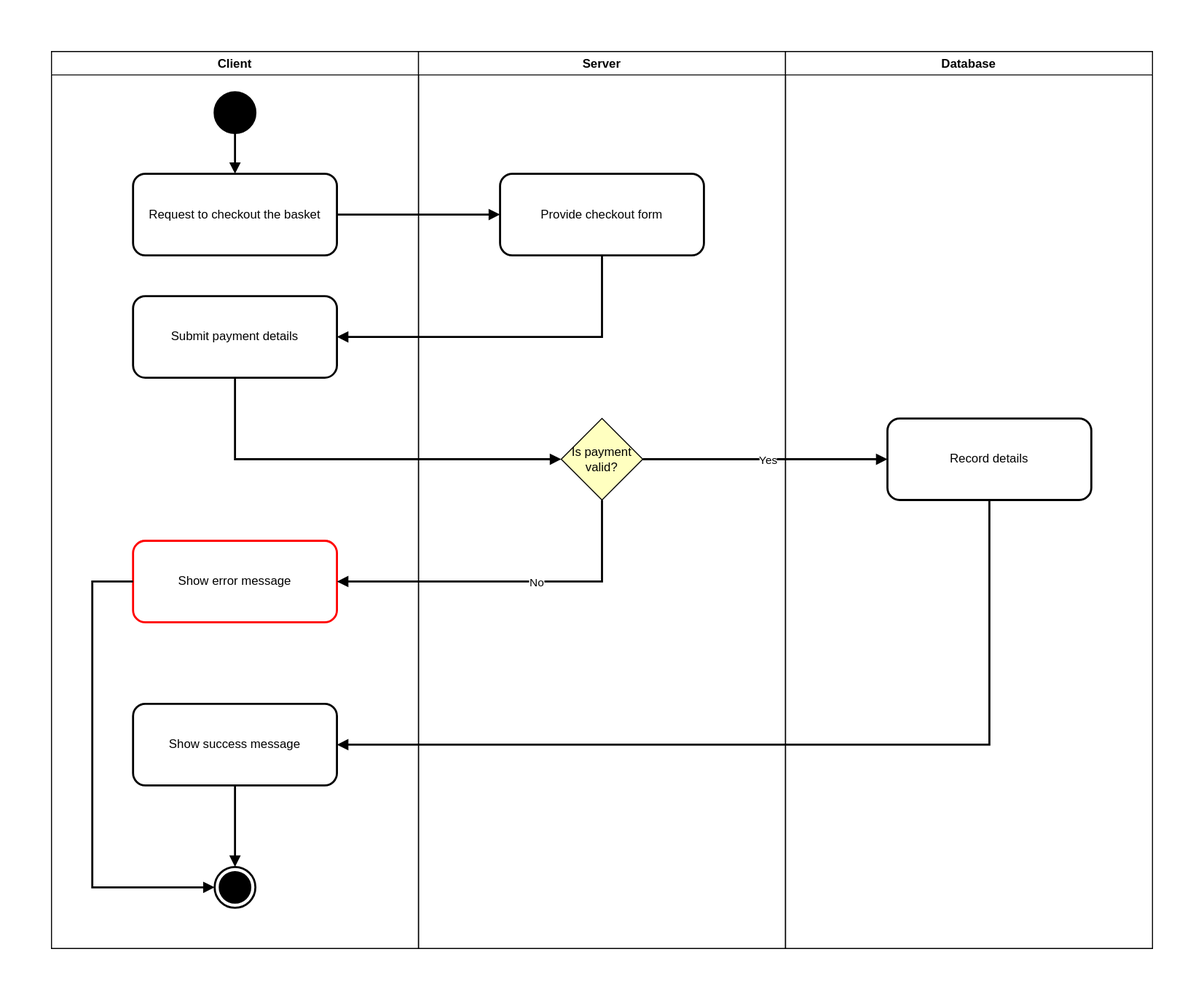
Before: doc/resources/activity-f5.drawio.svg, a diagram exported from draw.io (israel-meiresonne/e-shop-1-backend). Source tidied: cells renumbered, new cells last; positions are measured from the earlier drawing's top-left corner, leaving out a move shared by most shapes.
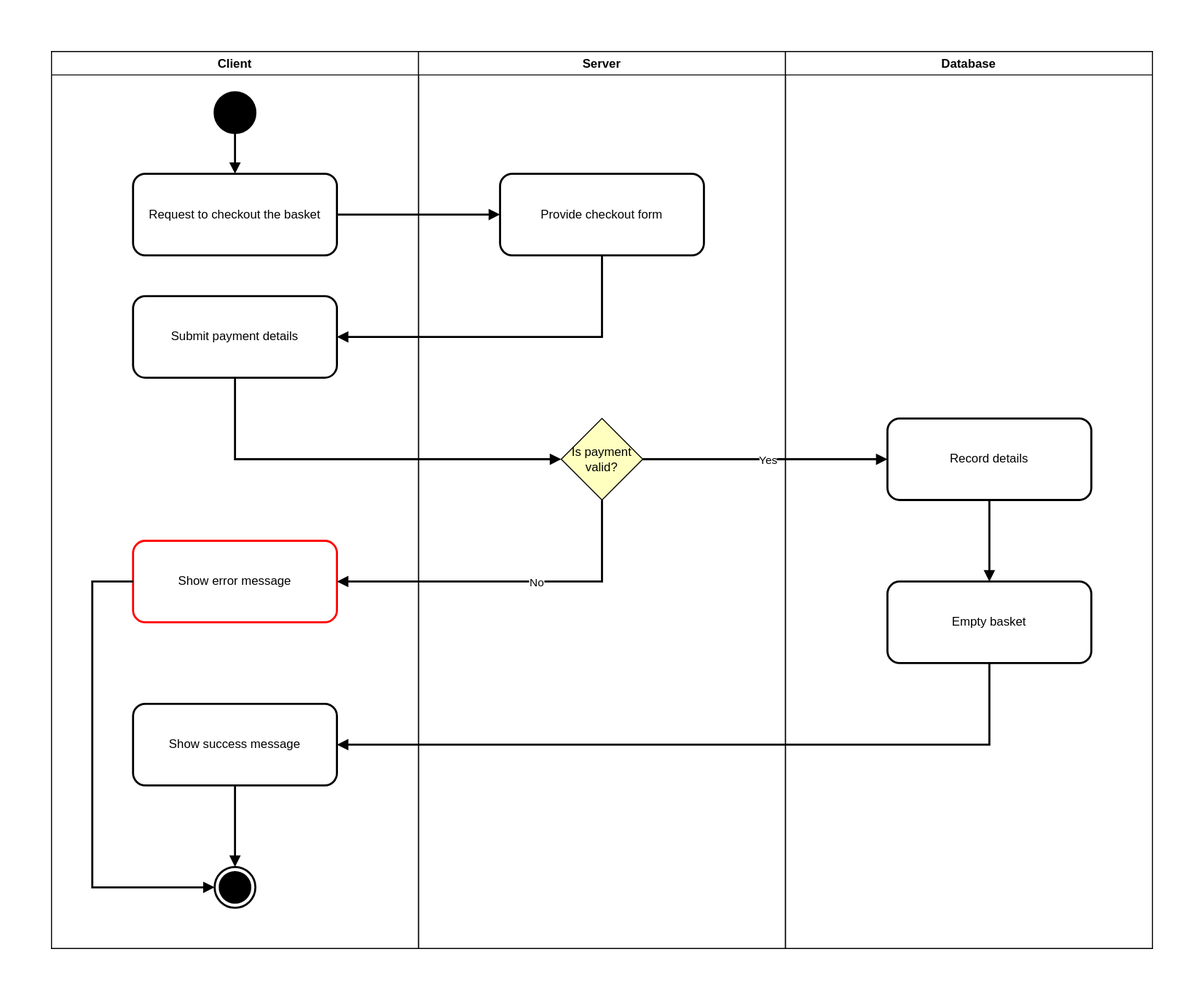
The same diagram one commit later.

Commit message:
doc: add activity and class diagrams

The edit, as a diff of the source:
```diff
@@ -87,12 +87,23 @@
     <mxCell id="23" value="No" style="edgeLabel;html=1;align=center;verticalAlign=middle;" parent="22" vertex="1">
       <mxGeometry x="-0.15" relative="1" as="geometry" />
     </mxCell>
-    <mxCell id="24" style="edgeStyle=orthogonalEdgeStyle;rounded=0;jettySize=auto;html=1;strokeWidth=2;endArrow=block;endFill=1;" parent="1" edge="1" source="16" target="8">
+    <mxCell id="24" style="edgeStyle=orthogonalEdgeStyle;rounded=0;jettySize=auto;html=1;strokeWidth=2;endArrow=block;endFill=1;" parent="1" edge="1" source="26" target="8">
       <mxGeometry relative="1" as="geometry">
         <Array as="points">
           <mxPoint x="920" y="680" />
         </Array>
       </mxGeometry>
     </mxCell>
+    <mxCell id="25" style="edgeStyle=orthogonalEdgeStyle;rounded=0;jettySize=auto;html=1;strokeWidth=2;endArrow=block;endFill=1;" parent="1" edge="1" source="16" target="26">
+      <mxGeometry relative="1" as="geometry">
+        <Array as="points">
+          <mxPoint x="920" y="480" />
+          <mxPoint x="920" y="480" />
+        </Array>
+      </mxGeometry>
+    </mxCell>
+    <mxCell id="26" value="Empty basket" style="shape=rect;html=1;rounded=1;whiteSpace=wrap;align=center;strokeWidth=2;" parent="1" vertex="1">
+      <mxGeometry x="820" y="520" width="200" height="80" as="geometry" />
+    </mxCell>
   </root>
 </mxGraphModel>
```
